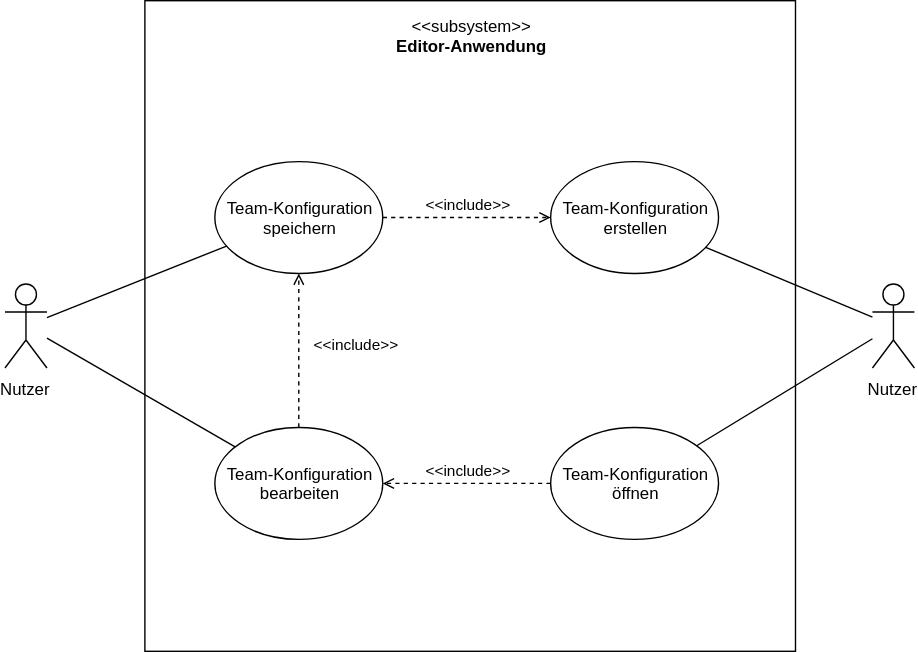
The draw.io diagram Meilenstein02/images/AFD_Editor.svg in SoPra-Team-10/SopraGruppe10, before a commit. Source tidied: cells renumbered, new cells last; positions are measured from the earlier drawing's top-left corner, leaving out a move shared by most shapes.
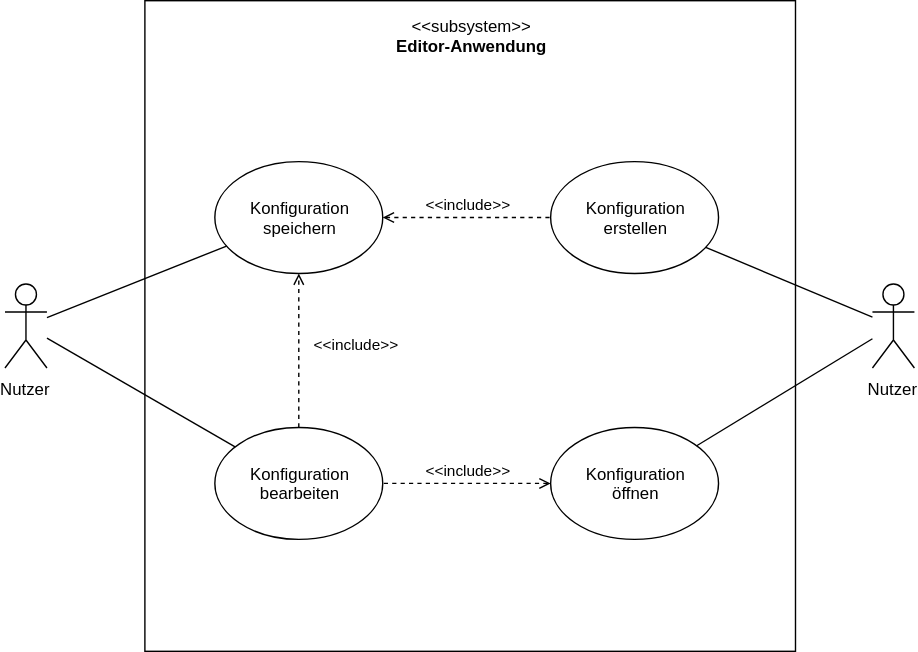
After the change.

Commit message:
Fehler im Editor behoben

What changed in the source:
```diff
@@ -11,28 +11,28 @@
     <mxCell id="4" value="&lt;div&gt;&amp;lt;&amp;lt;subsystem&amp;gt;&amp;gt;&lt;br&gt;&lt;/div&gt;&lt;div&gt;&lt;b&gt;Editor-Anwendung&lt;/b&gt;&lt;/div&gt;" style="text;html=1;strokeColor=none;fillColor=none;align=center;verticalAlign=middle;whiteSpace=wrap;rounded=0;" parent="1" vertex="1">
       <mxGeometry x="272.5" y="15" width="120" height="20" as="geometry" />
     </mxCell>
-    <mxCell id="5" value="&lt;div&gt;Team-Konfiguration&lt;/div&gt;&lt;div&gt;erstellen&lt;br&gt;&lt;/div&gt;" style="ellipse;whiteSpace=wrap;html=1;" parent="1" vertex="1">
+    <mxCell id="5" value="&lt;div&gt;Konfiguration&lt;/div&gt;&lt;div&gt;erstellen&lt;br&gt;&lt;/div&gt;" style="ellipse;whiteSpace=wrap;html=1;" parent="1" vertex="1">
       <mxGeometry x="390" y="115" width="120" height="80" as="geometry" />
     </mxCell>
-    <mxCell id="6" value="&lt;div&gt;Team-Konfiguration&lt;/div&gt;&lt;div&gt;öffnen&lt;br&gt;&lt;/div&gt;" style="ellipse;whiteSpace=wrap;html=1;" parent="1" vertex="1">
+    <mxCell id="6" value="&lt;div&gt;Konfiguration&lt;/div&gt;&lt;div&gt;öffnen&lt;br&gt;&lt;/div&gt;" style="ellipse;whiteSpace=wrap;html=1;" parent="1" vertex="1">
       <mxGeometry x="390" y="305" width="120" height="80" as="geometry" />
     </mxCell>
-    <mxCell id="7" value="&lt;div&gt;Team-Konfiguration&lt;/div&gt;&lt;div&gt;bearbeiten&lt;br&gt;&lt;/div&gt;" style="ellipse;whiteSpace=wrap;html=1;" parent="1" vertex="1">
+    <mxCell id="7" value="&lt;div&gt;Konfiguration&lt;/div&gt;&lt;div&gt;bearbeiten&lt;br&gt;&lt;/div&gt;" style="ellipse;whiteSpace=wrap;html=1;" parent="1" vertex="1">
       <mxGeometry x="150" y="305" width="120" height="80" as="geometry" />
     </mxCell>
-    <mxCell id="8" value="&lt;div&gt;Team-Konfiguration&lt;/div&gt;&lt;div&gt;speichern&lt;br&gt;&lt;/div&gt;" style="ellipse;whiteSpace=wrap;html=1;" parent="1" vertex="1">
+    <mxCell id="8" value="&lt;div&gt;Konfiguration&lt;/div&gt;&lt;div&gt;speichern&lt;br&gt;&lt;/div&gt;" style="ellipse;whiteSpace=wrap;html=1;" parent="1" vertex="1">
       <mxGeometry x="150" y="115" width="120" height="80" as="geometry" />
     </mxCell>
     <mxCell id="9" style="endArrow=none;html=1;" parent="1" edge="1" source="5" target="2">
       <mxGeometry relative="1" as="geometry" />
     </mxCell>
-    <mxCell id="10" value="&amp;lt;&amp;lt;include&amp;gt;&amp;gt;" style="endArrow=open;dashed=1;html=1;endFill=0;" parent="1" edge="1" source="8" target="5">
+    <mxCell id="10" value="&amp;lt;&amp;lt;include&amp;gt;&amp;gt;" style="endArrow=none;dashed=1;html=1;endFill=0;startArrow=open;startFill=0;" parent="1" edge="1" source="8" target="5">
       <mxGeometry y="10" relative="1" as="geometry" />
     </mxCell>
     <mxCell id="11" value="&amp;lt;&amp;lt;include&amp;gt;&amp;gt;" style="endArrow=open;dashed=1;html=1;endFill=0;" parent="1" edge="1" source="7" target="8">
       <mxGeometry x="0.09" y="-40" relative="1" as="geometry" />
     </mxCell>
-    <mxCell id="12" value="&amp;lt;&amp;lt;include&amp;gt;&amp;gt;" style="endArrow=open;dashed=1;html=1;endFill=0;" parent="1" edge="1" source="6" target="7">
+    <mxCell id="12" value="&amp;lt;&amp;lt;include&amp;gt;&amp;gt;" style="endArrow=none;dashed=1;html=1;endFill=0;startArrow=open;startFill=0;" parent="1" edge="1" source="6" target="7">
       <mxGeometry y="-10" relative="1" as="geometry" />
     </mxCell>
     <mxCell id="13" style="endArrow=none;html=1;" parent="1" edge="1" source="6" target="2">
```
